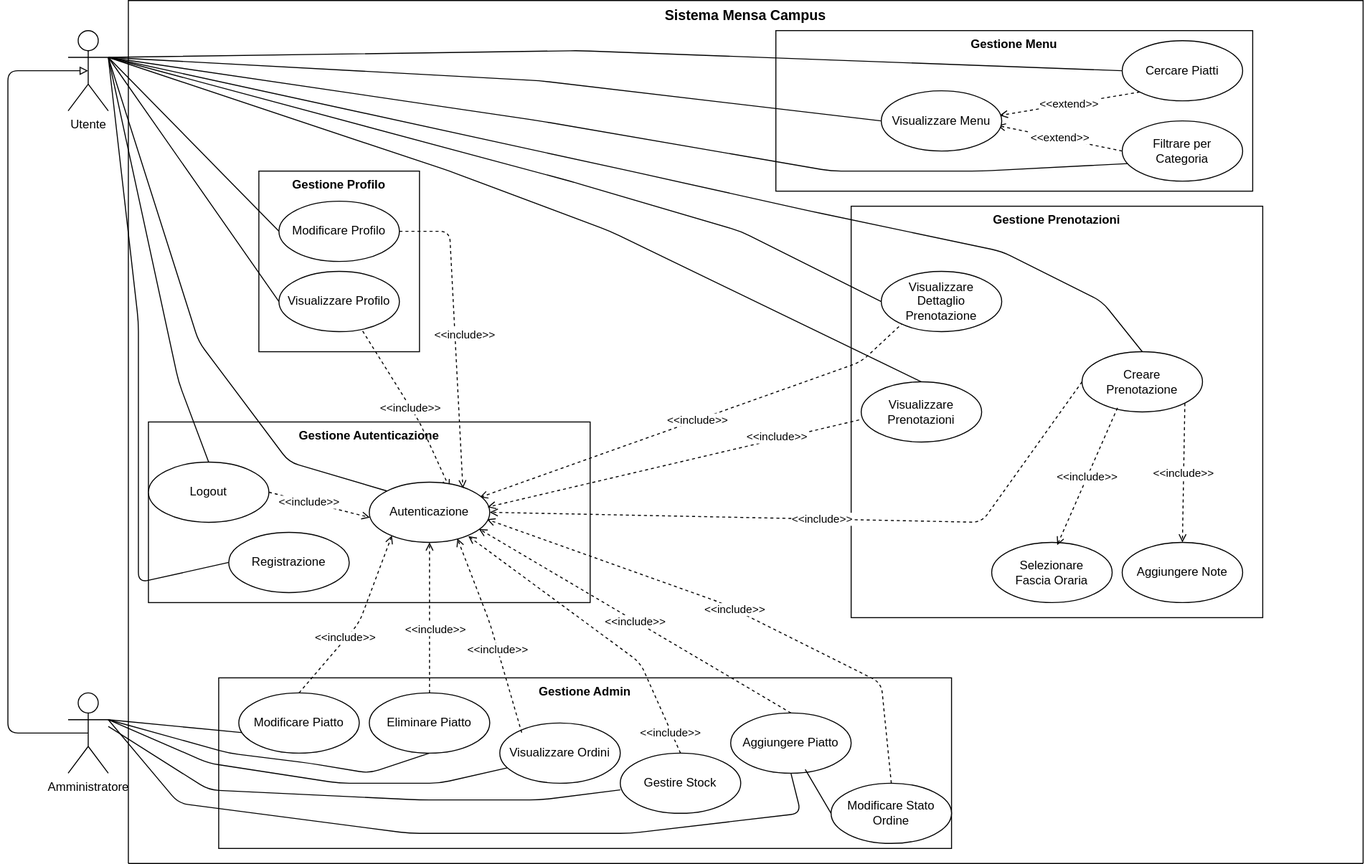
The draw.io diagram doc/img/use-case-diagram.svg in GreppiFilippo/Progetto-Web, before a commit. Source tidied: cells renumbered, new cells last; positions are measured from the earlier drawing's top-left corner, leaving out a move shared by most shapes.
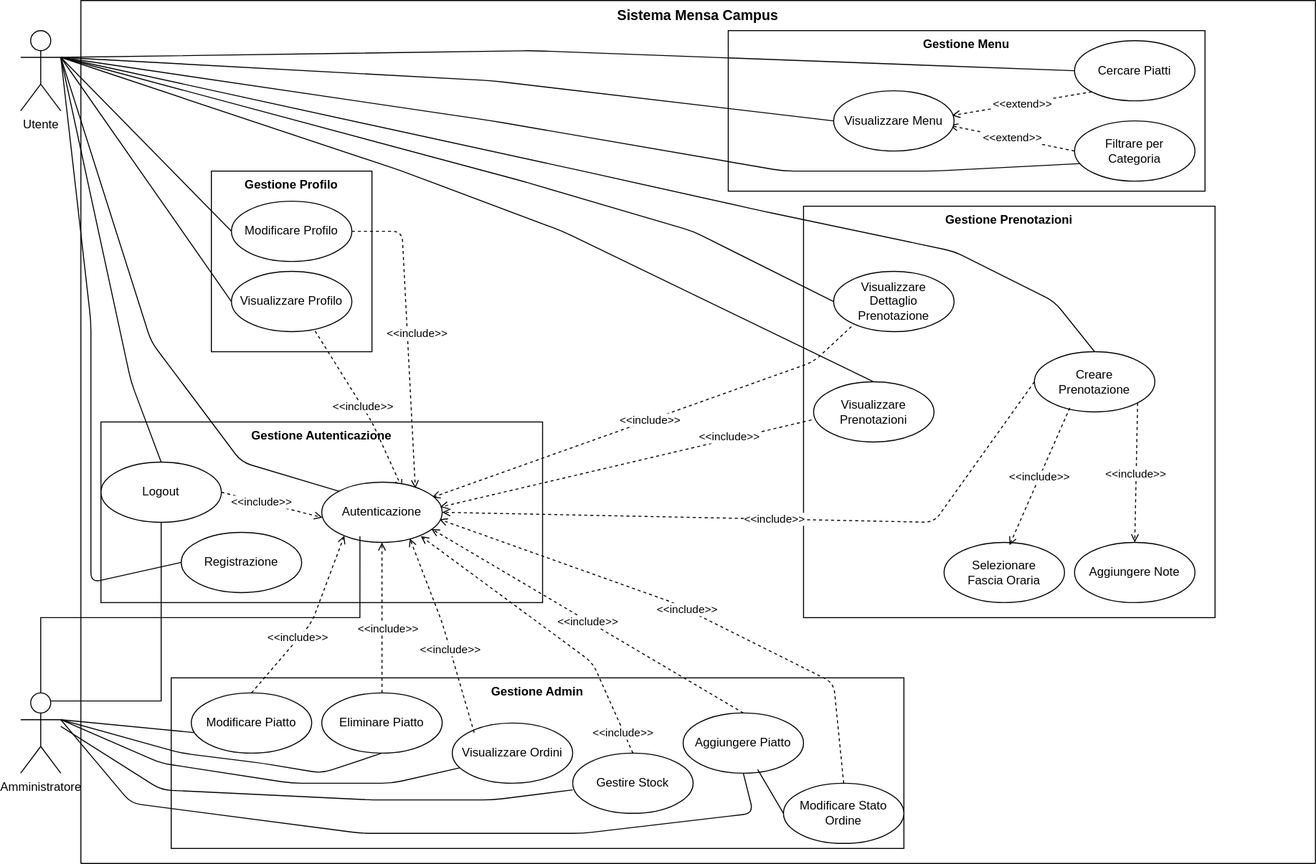
After the commit.

Commit message:
Refactor code structure for improved readability and maintainability

What changed in the source:
```diff
@@ -23,6 +23,9 @@
     <mxCell id="8" value="Utente" style="shape=umlActor;verticalLabelPosition=bottom;verticalAlign=top;html=1;outlineConnect=0;" parent="1" vertex="1">
       <mxGeometry x="60" y="30" width="40" height="80" as="geometry" />
     </mxCell>
+    <mxCell id="63" style="edgeStyle=orthogonalEdgeStyle;rounded=0;jettySize=auto;html=1;exitX=0.75;exitY=0.1;exitDx=0;exitDy=0;exitPerimeter=0;endArrow=none;endFill=0;" parent="1" edge="1" source="9" target="36">
+      <mxGeometry relative="1" as="geometry" />
+    </mxCell>
     <mxCell id="9" value="Amministratore" style="shape=umlActor;verticalLabelPosition=bottom;verticalAlign=top;html=1;outlineConnect=0;" parent="1" vertex="1">
       <mxGeometry x="60" y="690" width="40" height="80" as="geometry" />
     </mxCell>
@@ -97,14 +100,6 @@
     <mxCell id="19" style="endArrow=none;html=1;exitX=1;exitY=0.3333333333333333;exitDx=0;exitDy=0;exitPerimeter=0;entryX=0;entryY=0.5;entryDx=0;entryDy=0;" parent="1" edge="1" source="8" target="46">
       <mxGeometry relative="1" as="geometry" />
     </mxCell>
-    <mxCell id="20" style="endArrow=block;endFill=0;html=1;exitX=0.5;exitY=0.5;exitDx=0;exitDy=0;exitPerimeter=0;entryX=0.5;entryY=0.5;entryDx=0;entryDy=0;entryPerimeter=0;" parent="1" edge="1" source="9" target="8">
-      <mxGeometry relative="1" as="geometry">
-        <Array as="points">
-          <mxPoint y="730" />
-          <mxPoint y="70" />
-        </Array>
-      </mxGeometry>
-    </mxCell>
     <mxCell id="21" style="endArrow=none;html=1;exitX=1;exitY=0.3333333333333333;exitDx=0;exitDy=0;exitPerimeter=0;entryX=0.05;entryY=0.664;entryDx=0;entryDy=0;entryPerimeter=0;" parent="1" edge="1" source="9" target="47">
       <mxGeometry relative="1" as="geometry" />
     </mxCell>
@@ -296,5 +291,8 @@
         </Array>
       </mxGeometry>
     </mxCell>
+    <mxCell id="64" style="edgeStyle=orthogonalEdgeStyle;rounded=0;jettySize=auto;html=1;exitX=0.5;exitY=0;exitDx=0;exitDy=0;exitPerimeter=0;entryX=0.317;entryY=0.9;entryDx=0;entryDy=0;entryPerimeter=0;endArrow=none;endFill=0;" parent="1" edge="1" source="9" target="35">
+      <mxGeometry relative="1" as="geometry" />
+    </mxCell>
   </root>
 </mxGraphModel>
```
